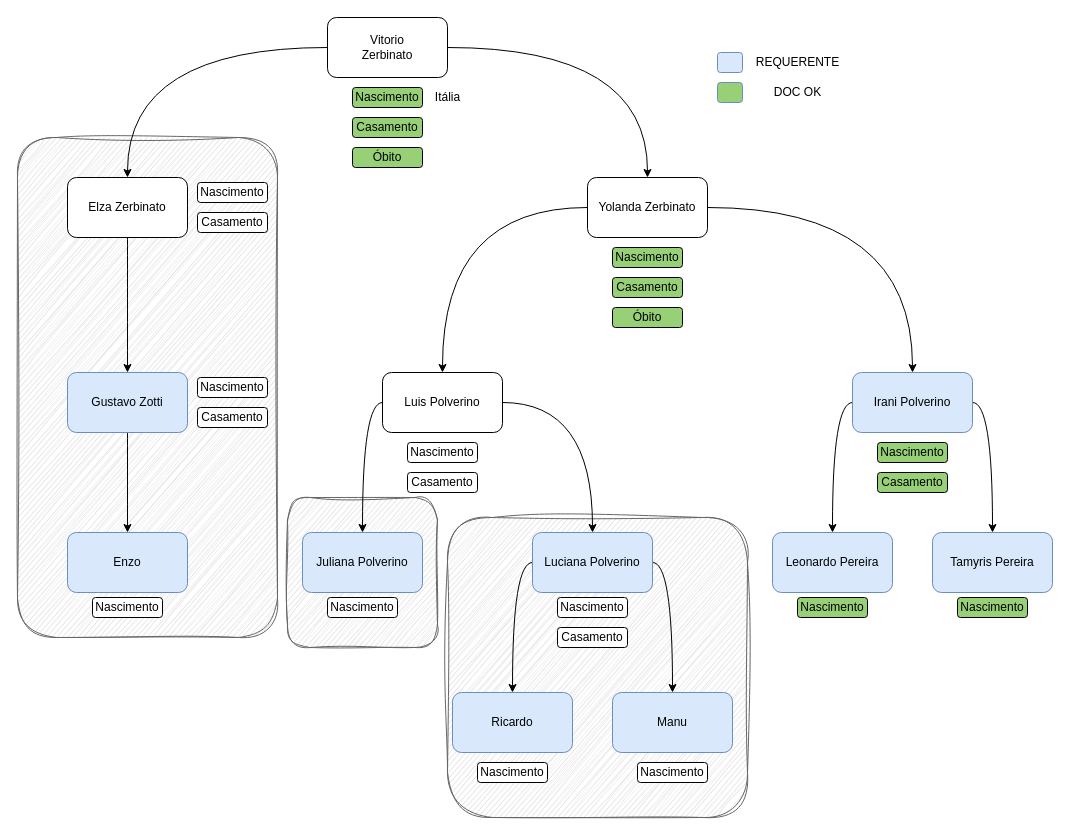
Before: familia.drawio in leo-odilon/draw.io, a draw.io diagram. Source tidied: cells renumbered, new cells numbered last; positions are measured from the earlier drawing's top-left corner, leaving out a move shared by most shapes. Both pictures are drawn from the tidied source at 100%, with x=0, y=0 at pixel (17, 17).
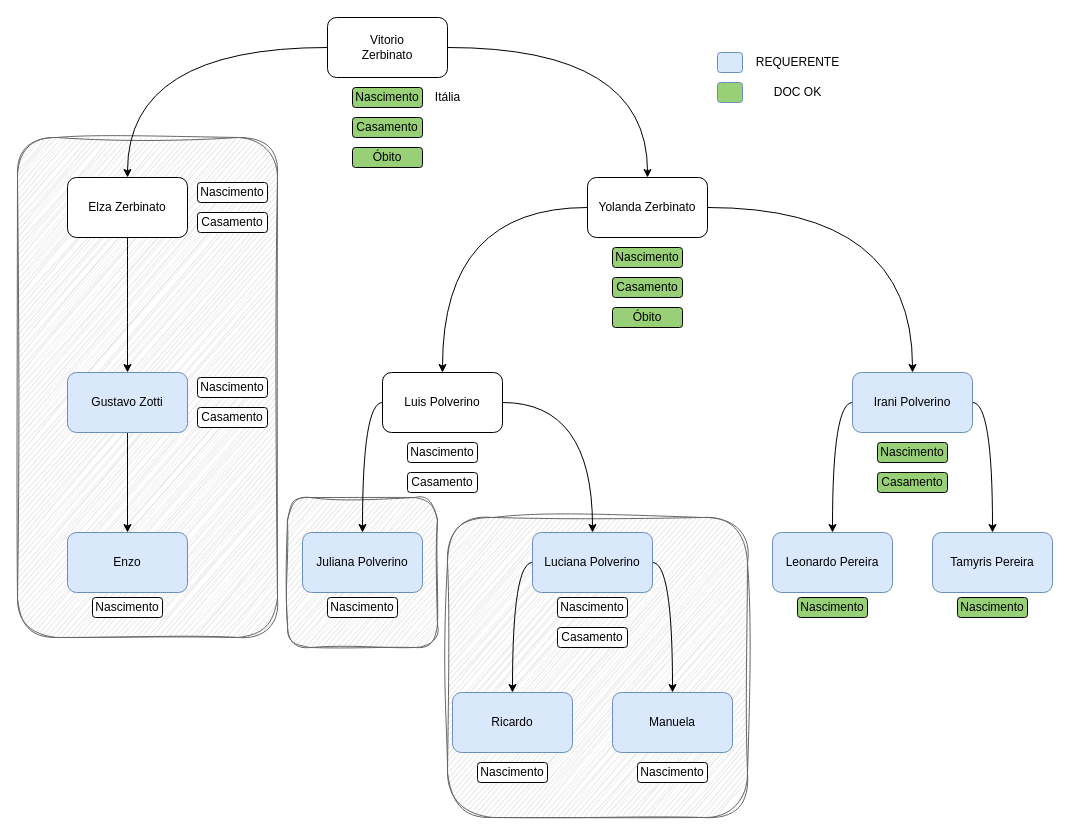
The same diagram, later.

The edit, as a diff of the source:
```diff
@@
-    <mxCell id="28" value="Manu" style="whiteSpace=wrap;html=1;rounded=1;strokeColor=#6c8ebf;align=center;verticalAlign=middle;fontFamily=Helvetica;fontSize=12;fillColor=#dae8fc;" parent="1" vertex="1">
+    <mxCell id="28" value="Manuela" style="whiteSpace=wrap;html=1;rounded=1;strokeColor=#6c8ebf;align=center;verticalAlign=middle;fontFamily=Helvetica;fontSize=12;fillColor=#dae8fc;" parent="1" vertex="1">
       <mxGeometry x="595" y="675" width="120" height="60" as="geometry" />
     </mxCell>
```
